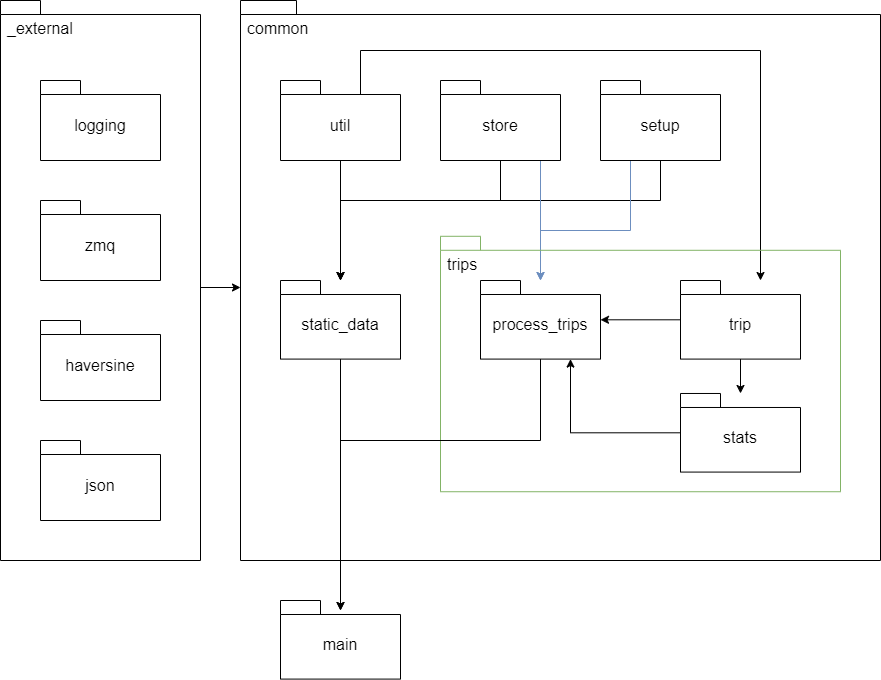
Above: docs/diagrams/packets/worker.png in n-zu/DISTRIBUIDOS-TP1 (draw.io), before the change. Source tidied: cells renumbered, new cells last; positions are measured from the earlier drawing's top-left corner, leaving out a move shared by most shapes.
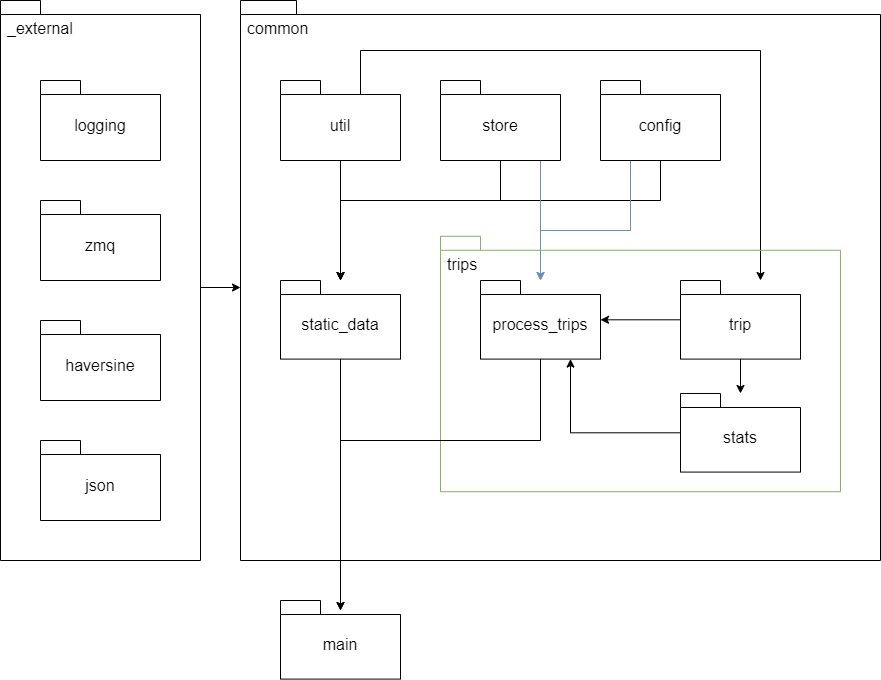
Above is the later version.

The edit, as a diff of the source:
```diff
@@ -21,7 +21,7 @@
         </Array>
       </mxGeometry>
     </mxCell>
-    <mxCell id="5" value="setup" style="shape=folder;fontStyle=0;spacingTop=10;tabWidth=40;tabHeight=14;tabPosition=left;html=1;whiteSpace=wrap;fontSize=16;" parent="1" vertex="1">
+    <mxCell id="5" value="config" style="shape=folder;fontStyle=0;spacingTop=10;tabWidth=40;tabHeight=14;tabPosition=left;html=1;whiteSpace=wrap;fontSize=16;" parent="1" vertex="1">
       <mxGeometry x="600" y="80" width="120" height="80" as="geometry" />
     </mxCell>
     <mxCell id="6" style="edgeStyle=orthogonalEdgeStyle;rounded=0;jettySize=auto;html=1;exitX=0;exitY=0;exitDx=200;exitDy=287;exitPerimeter=0;entryX=0;entryY=0;entryDx=0;entryDy=287;entryPerimeter=0;" parent="1" edge="1" source="7" target="2">
```
